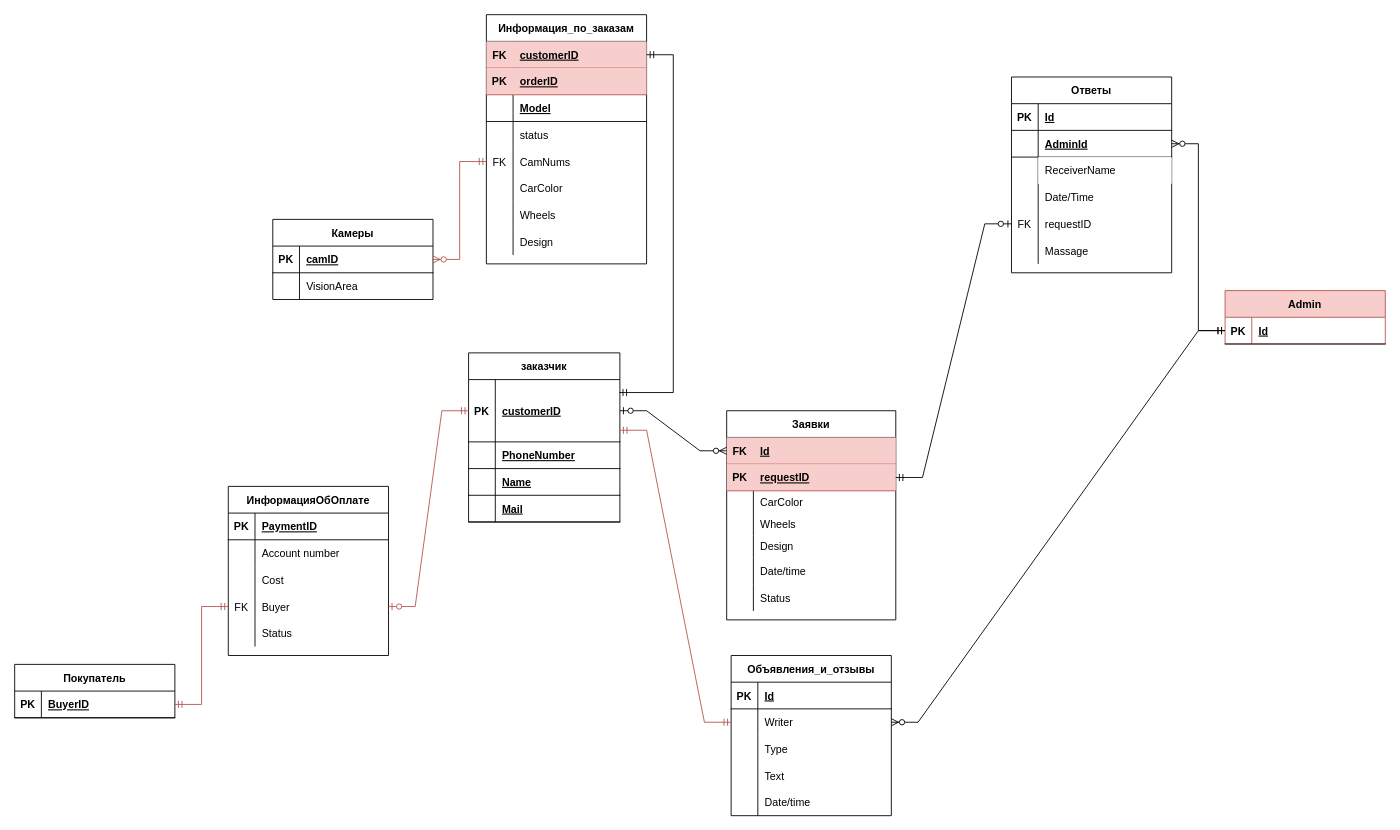
Earlier version of the draw.io diagram DIAGRAMS/ER.drawio (PashkoW/Repository1). Source tidied: cells renumbered, new cells numbered last; positions are measured from the earlier drawing's top-left corner, leaving out a move shared by most shapes. Both pictures are drawn from the tidied source at 89%, with x=0, y=0 at pixel (14, 14).
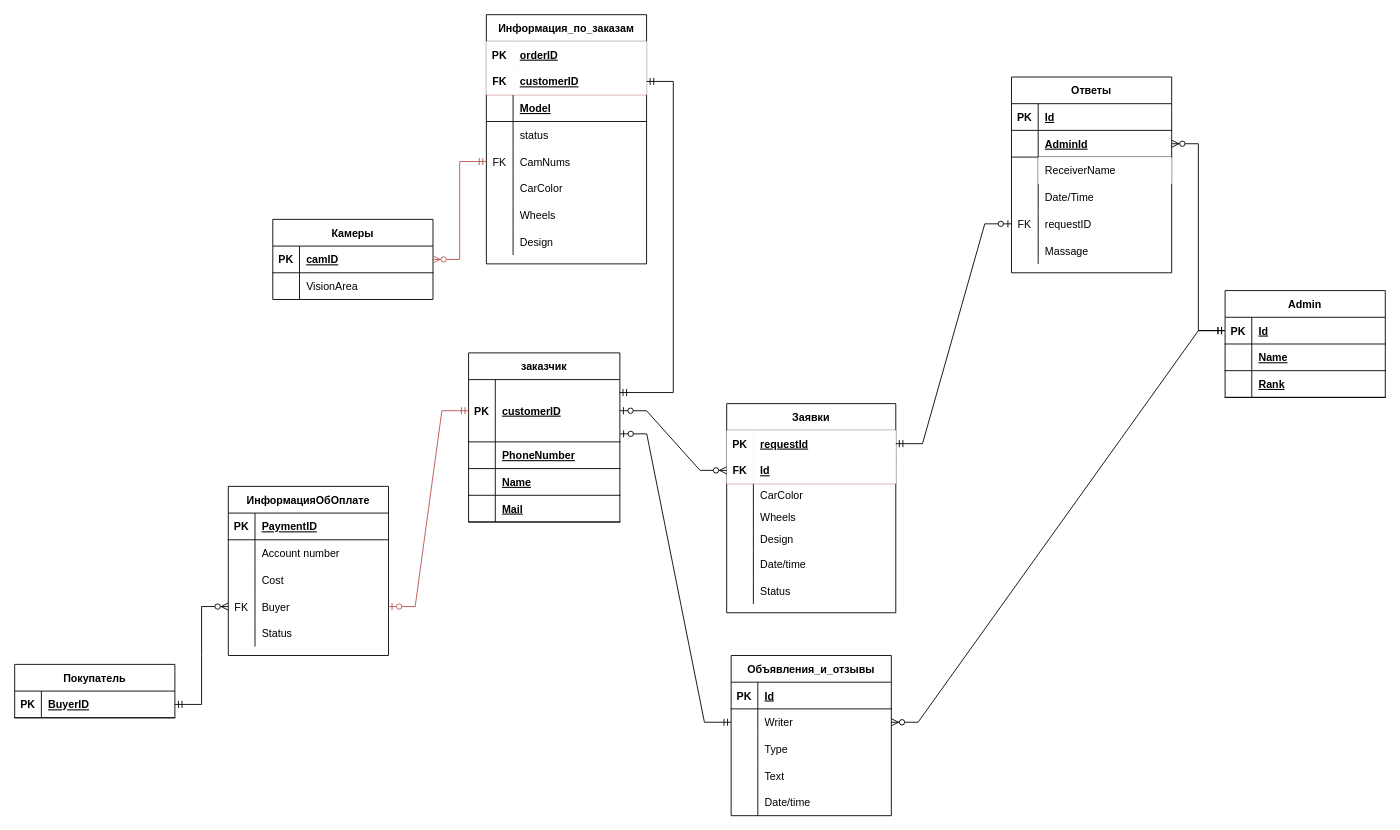
The same diagram, later.

Unchanged cells that the change refers to:
```xml
<mxCell id="3" style="shape=partialRectangle;fillColor=none;top=0;left=0;bottom=1;right=0;points=[[0,0.5],[1,0.5]];portConstraint=eastwest;" parent="2" vertex="1">
  <mxGeometry y="30" width="170" height="70" as="geometry" />
</mxCell>
<mxCell id="28" style="shape=partialRectangle;fillColor=none;top=0;left=0;bottom=0;right=0;points=[[0,0.5],[1,0.5]];portConstraint=eastwest;" parent="15" vertex="1">
  <mxGeometry y="150" width="180" height="30" as="geometry" />
</mxCell>
<mxCell id="35" style="shape=partialRectangle;fillColor=#f8cecc;top=0;left=0;bottom=1;right=0;points=[[0,0.5],[1,0.5]];portConstraint=eastwest;strokeColor=#b85450;" parent="34" vertex="1">
  <mxGeometry y="30" width="180" height="30" as="geometry" />
</mxCell>
<mxCell id="38" style="shape=partialRectangle;fillColor=#f8cecc;top=0;left=0;bottom=1;right=0;points=[[0,0.5],[1,0.5]];portConstraint=eastwest;strokeColor=#b85450;" parent="34" vertex="1">
  <mxGeometry y="60" width="180" height="30" as="geometry" />
</mxCell>
<mxCell id="67" style="shape=partialRectangle;fillColor=none;top=0;left=0;bottom=0;right=0;points=[[0,0.5],[1,0.5]];portConstraint=eastwest;" parent="63" vertex="1">
  <mxGeometry y="60" width="180" height="30" as="geometry" />
</mxCell>
<mxCell id="80" style="shape=partialRectangle;fillColor=#f8cecc;top=0;left=0;bottom=1;right=0;points=[[0,0.5],[1,0.5]];portConstraint=eastwest;strokeColor=#b85450;" parent="79" vertex="1">
  <mxGeometry y="30" width="190" height="30" as="geometry" />
</mxCell>
<mxCell id="83" style="shape=partialRectangle;fillColor=#f8cecc;top=0;left=0;bottom=1;right=0;points=[[0,0.5],[1,0.5]];portConstraint=eastwest;strokeColor=#b85450;" parent="79" vertex="1">
  <mxGeometry y="60" width="190" height="30" as="geometry" />
</mxCell>
<mxCell id="111" style="shape=partialRectangle;fillColor=none;top=0;left=0;bottom=0;right=0;points=[[0,0.5],[1,0.5]];portConstraint=eastwest;" parent="101" vertex="1">
  <mxGeometry y="120" width="180" height="30" as="geometry" />
</mxCell>
<mxCell id="125" style="shape=partialRectangle;fillColor=none;top=0;left=0;bottom=1;right=0;points=[[0,0.5],[1,0.5]];portConstraint=eastwest;" parent="124" vertex="1">
  <mxGeometry y="30" width="180" height="30" as="geometry" />
</mxCell>
```

Change to the diagram source:
```diff
@@
-    <mxCell id="36" value="FK" style="shape=partialRectangle;fillColor=none;top=0;left=0;bottom=0;right=0;fontStyle=1;overflow=hidden;" parent="35" vertex="1">
+    <mxCell id="36" value="PK" style="shape=partialRectangle;top=0;left=0;bottom=0;right=0;fontStyle=1;overflow=hidden;strokeWidth=1;" parent="35" vertex="1">
       <mxGeometry width="30" height="30" as="geometry" />
     </mxCell>
-    <mxCell id="37" value="customerID" style="shape=partialRectangle;fillColor=none;top=0;left=0;bottom=0;right=0;align=left;spacingLeft=6;fontStyle=5;overflow=hidden;" parent="35" vertex="1">
+    <mxCell id="37" value="orderID" style="shape=partialRectangle;top=0;left=0;bottom=0;right=0;align=left;spacingLeft=6;fontStyle=5;overflow=hidden;" parent="35" vertex="1">
       <mxGeometry x="30" width="150" height="30" as="geometry" />
     </mxCell>
@@
-    <mxCell id="39" value="PK" style="shape=partialRectangle;fillColor=none;top=0;left=0;bottom=0;right=0;fontStyle=1;overflow=hidden;" parent="38" vertex="1">
+    <mxCell id="39" value="FK" style="shape=partialRectangle;top=0;left=0;bottom=0;right=0;fontStyle=1;overflow=hidden;" parent="38" vertex="1">
       <mxGeometry width="30" height="30" as="geometry" />
     </mxCell>
-    <mxCell id="40" value="orderID" style="shape=partialRectangle;fillColor=none;top=0;left=0;bottom=0;right=0;align=left;spacingLeft=6;fontStyle=5;overflow=hidden;" parent="38" vertex="1">
+    <mxCell id="40" value="customerID" style="shape=partialRectangle;top=0;left=0;bottom=0;right=0;align=left;spacingLeft=6;fontStyle=5;overflow=hidden;" parent="38" vertex="1">
       <mxGeometry x="30" width="150" height="30" as="geometry" />
     </mxCell>
@@
-    <mxCell id="59" value="Admin" style="shape=table;startSize=30;childLayout=tableLayout;rowLines=0;fontStyle=1;align=center;fillColor=#f8cecc;strokeColor=#b85450;" parent="1" vertex="1">
-      <mxGeometry x="1360" y="310" width="180" height="60" as="geometry" />
+    <mxCell id="59" value="Admin" style="shape=table;startSize=30;childLayout=tableLayout;rowLines=0;fontStyle=1;align=center;" parent="1" vertex="1">
+      <mxGeometry x="1360" y="310" width="180" height="120" as="geometry" />
     </mxCell>
@@
+    <mxCell id="137" style="shape=partialRectangle;fillColor=none;top=0;left=0;bottom=1;right=0;" parent="59" vertex="1">
+      <mxGeometry y="60" width="180" height="30" as="geometry" />
+    </mxCell>
+    <mxCell id="138" style="shape=partialRectangle;fillColor=none;top=0;left=0;bottom=0;right=0;fontStyle=1;overflow=hidden;" parent="137" vertex="1">
+      <mxGeometry width="30" height="30" as="geometry" />
+    </mxCell>
+    <mxCell id="139" value="Name" style="shape=partialRectangle;fillColor=none;top=0;left=0;bottom=0;right=0;align=left;spacingLeft=6;fontStyle=5;overflow=hidden;" parent="137" vertex="1">
+      <mxGeometry x="30" width="150" height="30" as="geometry" />
+    </mxCell>
+    <mxCell id="140" style="shape=partialRectangle;fillColor=none;top=0;left=0;bottom=1;right=0;" parent="59" vertex="1">
+      <mxGeometry y="90" width="180" height="30" as="geometry" />
+    </mxCell>
+    <mxCell id="141" style="shape=partialRectangle;fillColor=none;top=0;left=0;bottom=0;right=0;fontStyle=1;overflow=hidden;" parent="140" vertex="1">
+      <mxGeometry width="30" height="30" as="geometry" />
+    </mxCell>
+    <mxCell id="142" value="Rank" style="shape=partialRectangle;fillColor=none;top=0;left=0;bottom=0;right=0;align=left;spacingLeft=6;fontStyle=5;overflow=hidden;" parent="140" vertex="1">
+      <mxGeometry x="30" width="150" height="30" as="geometry" />
+    </mxCell>
@@
     <mxCell id="79" value="Заявки" style="shape=table;startSize=30;childLayout=tableLayout;rowLines=0;fontStyle=1;align=center;" parent="1" vertex="1">
-      <mxGeometry x="800" y="445" width="190" height="235" as="geometry" />
+      <mxGeometry x="800" y="437" width="190" height="235" as="geometry" />
     </mxCell>
@@
-    <mxCell id="81" value="FK" style="shape=partialRectangle;fillColor=none;top=0;left=0;bottom=0;right=0;fontStyle=1;overflow=hidden;" parent="80" vertex="1">
+    <mxCell id="81" value="PK" style="shape=partialRectangle;top=0;left=0;bottom=0;right=0;fontStyle=1;overflow=hidden;" parent="80" vertex="1">
       <mxGeometry width="30" height="30" as="geometry" />
     </mxCell>
-    <mxCell id="82" value="Id" style="shape=partialRectangle;fillColor=none;top=0;left=0;bottom=0;right=0;align=left;spacingLeft=6;fontStyle=5;overflow=hidden;" parent="80" vertex="1">
+    <mxCell id="82" value="requestId" style="shape=partialRectangle;top=0;left=0;bottom=0;right=0;align=left;spacingLeft=6;fontStyle=5;overflow=hidden;" parent="80" vertex="1">
       <mxGeometry x="30" width="160" height="30" as="geometry" />
     </mxCell>
@@
-    <mxCell id="84" value="PK" style="shape=partialRectangle;fillColor=none;top=0;left=0;bottom=0;right=0;fontStyle=1;overflow=hidden;" parent="83" vertex="1">
+    <mxCell id="84" value="FK" style="shape=partialRectangle;top=0;left=0;bottom=0;right=0;fontStyle=1;overflow=hidden;" parent="83" vertex="1">
       <mxGeometry width="30" height="30" as="geometry" />
     </mxCell>
-    <mxCell id="85" value="requestID" style="shape=partialRectangle;fillColor=none;top=0;left=0;bottom=0;right=0;align=left;spacingLeft=6;fontStyle=5;overflow=hidden;" parent="83" vertex="1">
+    <mxCell id="85" value="Id" style="shape=partialRectangle;top=0;left=0;bottom=0;right=0;align=left;spacingLeft=6;fontStyle=5;overflow=hidden;" parent="83" vertex="1">
       <mxGeometry x="30" width="160" height="30" as="geometry" />
     </mxCell>
@@
-    <mxCell id="128" style="edgeStyle=entityRelationEdgeStyle;fontSize=12;html=1;endArrow=ERmandOne;startArrow=ERmandOne;rounded=0;fillColor=#f8cecc;strokeColor=#b85450;" parent="1" edge="1" source="111" target="125">
-      <mxGeometry relative="1" as="geometry" />
-    </mxCell>
@@
-    <mxCell id="131" style="edgeStyle=entityRelationEdgeStyle;fontSize=12;html=1;endArrow=ERzeroToMany;startArrow=ERzeroToOne;rounded=0;" parent="1" edge="1" source="3" target="80">
+    <mxCell id="131" style="edgeStyle=entityRelationEdgeStyle;fontSize=12;html=1;endArrow=ERzeroToMany;startArrow=ERzeroToOne;rounded=0;" parent="1" edge="1" source="3" target="83">
       <mxGeometry relative="1" as="geometry" />
     </mxCell>
@@
-    <mxCell id="133" style="edgeStyle=entityRelationEdgeStyle;fontSize=12;html=1;endArrow=ERmandOne;startArrow=ERmandOne;rounded=0;exitX=0.997;exitY=0.208;exitDx=0;exitDy=0;exitPerimeter=0;" parent="1" edge="1" source="3" target="35">
+    <mxCell id="133" style="edgeStyle=entityRelationEdgeStyle;fontSize=12;html=1;endArrow=ERmandOne;startArrow=ERmandOne;rounded=0;exitX=0.997;exitY=0.208;exitDx=0;exitDy=0;exitPerimeter=0;" parent="1" edge="1" source="3" target="38">
       <mxGeometry relative="1" as="geometry" />
     </mxCell>
-    <mxCell id="134" style="edgeStyle=entityRelationEdgeStyle;fontSize=12;html=1;endArrow=ERzeroToOne;startArrow=ERmandOne;rounded=0;exitX=1;exitY=0.5;exitDx=0;exitDy=0;" parent="1" edge="1" source="83" target="28">
+    <mxCell id="134" style="edgeStyle=entityRelationEdgeStyle;fontSize=12;html=1;endArrow=ERzeroToOne;startArrow=ERmandOne;rounded=0;exitX=1;exitY=0.5;exitDx=0;exitDy=0;" parent="1" edge="1" source="80" target="28">
       <mxGeometry relative="1" as="geometry" />
     </mxCell>
@@
+    <mxCell id="143" style="edgeStyle=entityRelationEdgeStyle;fontSize=12;html=1;endArrow=ERzeroToMany;startArrow=ERmandOne;rounded=0;" parent="1" edge="1" source="125" target="111">
+      <mxGeometry relative="1" as="geometry" />
+    </mxCell>
-    <mxCell id="136" style="edgeStyle=entityRelationEdgeStyle;fontSize=12;html=1;endArrow=ERmandOne;startArrow=ERmandOne;rounded=0;exitX=0;exitY=0.5;exitDx=0;exitDy=0;entryX=1;entryY=0.813;entryDx=0;entryDy=0;entryPerimeter=0;fillColor=#f8cecc;strokeColor=#b85450;" parent="1" edge="1" source="67" target="3">
+    <mxCell id="136" style="edgeStyle=entityRelationEdgeStyle;fontSize=12;html=1;endArrow=ERzeroToOne;startArrow=ERmandOne;rounded=0;entryX=1.001;entryY=0.871;entryDx=0;entryDy=0;entryPerimeter=0;" parent="1" edge="1" source="67" target="3">
       <mxGeometry relative="1" as="geometry" />
     </mxCell>
```
